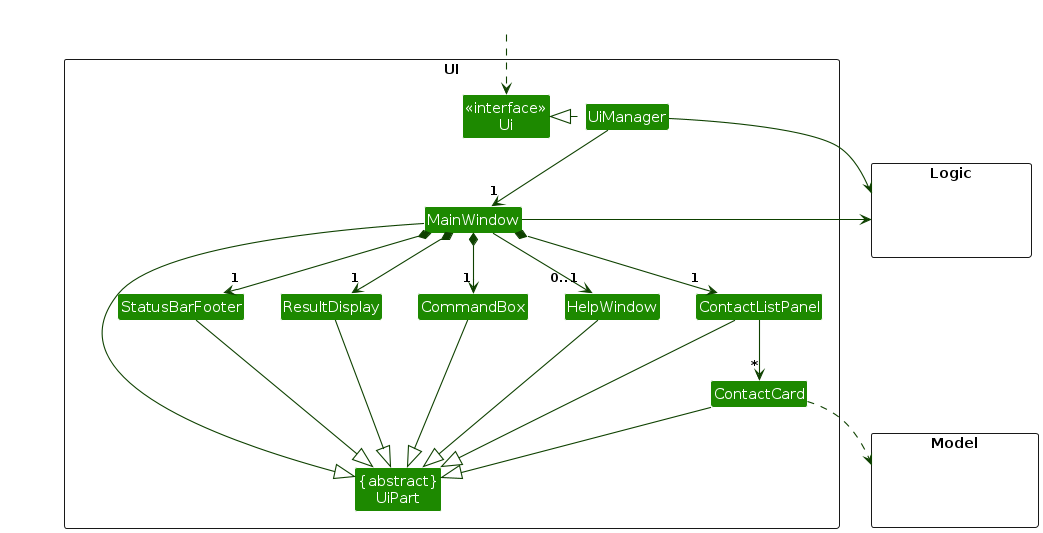
Earlier version of the PlantUML export diagrams/UiClassDiagram.png (AY2324S1-CS2103T-T09-1/tp). Its source is kept beside it as diagrams/UiClassDiagram.puml.
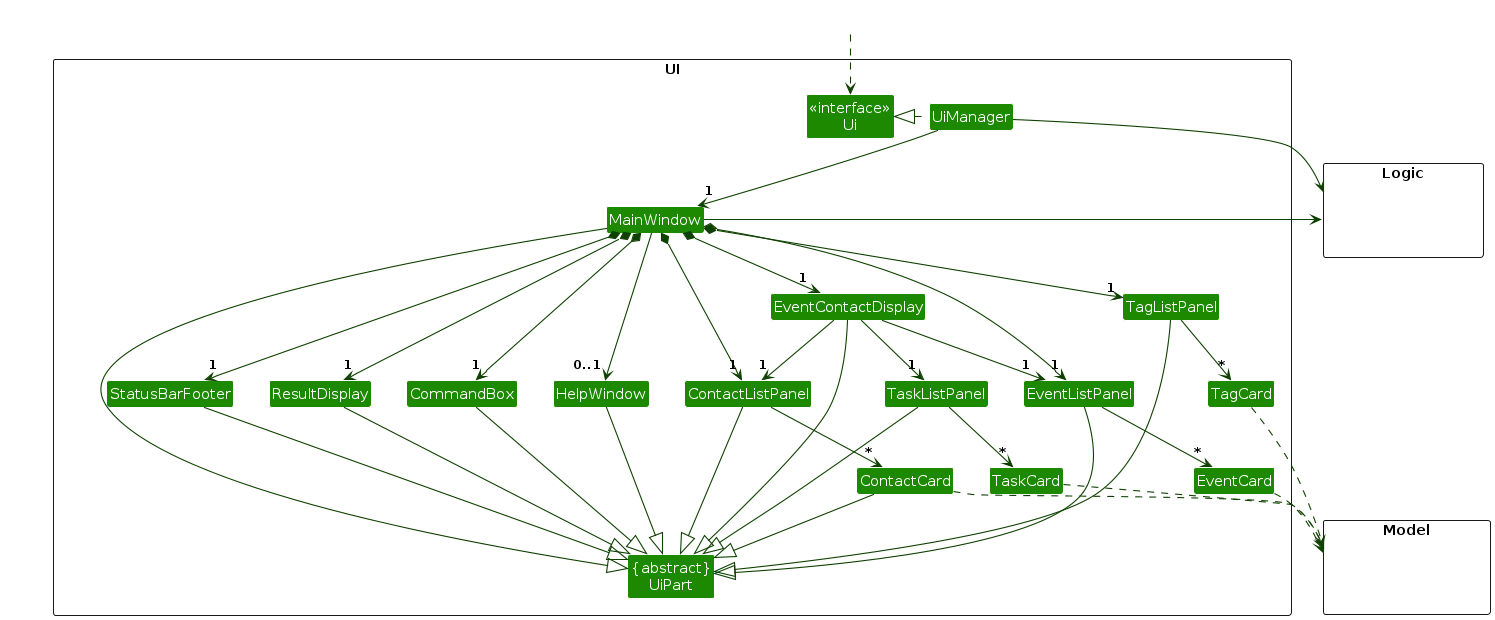
The same file after the commit.

Change to the diagram source:
```diff
@@ -11,8 +11,15 @@
 Class MainWindow
 Class HelpWindow
 Class ResultDisplay
+Class EventContactDisplay
 Class ContactListPanel
 Class ContactCard
+Class TagListPanel
+Class TagCard
+Class EventListPanel
+Class EventCard
+Class TaskListPanel
+Class TaskCard
 Class StatusBarFooter
 Class CommandBox
 }
@@ -32,22 +39,39 @@
 UiManager -down-> "1" MainWindow
 MainWindow *-down->  "1" CommandBox
 MainWindow *-down-> "1" ResultDisplay
+MainWindow *-down-> "1" EventContactDisplay
 MainWindow *-down-> "1" ContactListPanel
 MainWindow *-down-> "1" StatusBarFooter
+MainWindow *-down-> "1" TagListPanel
+MainWindow *-down-> "1" EventListPanel
 MainWindow --> "0..1" HelpWindow
 
+EventContactDisplay -down-> "1" ContactListPanel
+EventContactDisplay -down-> "1" EventListPanel
+EventContactDisplay -down-> "1" TaskListPanel
+
 ContactListPanel -down-> "*" ContactCard
+TagListPanel -down-> "*" TagCard
+EventListPanel -down-> "*" EventCard
+TaskListPanel -down-> "*" TaskCard
 
 MainWindow -left-|> UiPart
 
 ResultDisplay --|> UiPart
+EventContactDisplay --|> UiPart
 CommandBox --|> UiPart
 ContactListPanel --|> UiPart
 ContactCard --|> UiPart
+TagListPanel --|> UiPart
+EventListPanel --|> UiPart
+TaskListPanel --|> UiPart
 StatusBarFooter --|> UiPart
 HelpWindow --|> UiPart
 
 ContactCard ..> Model
+TagCard ..> Model
+EventCard ..> Model
+TaskCard ..> Model
 UiManager -right-> Logic
 MainWindow -left-> Logic
 
```
